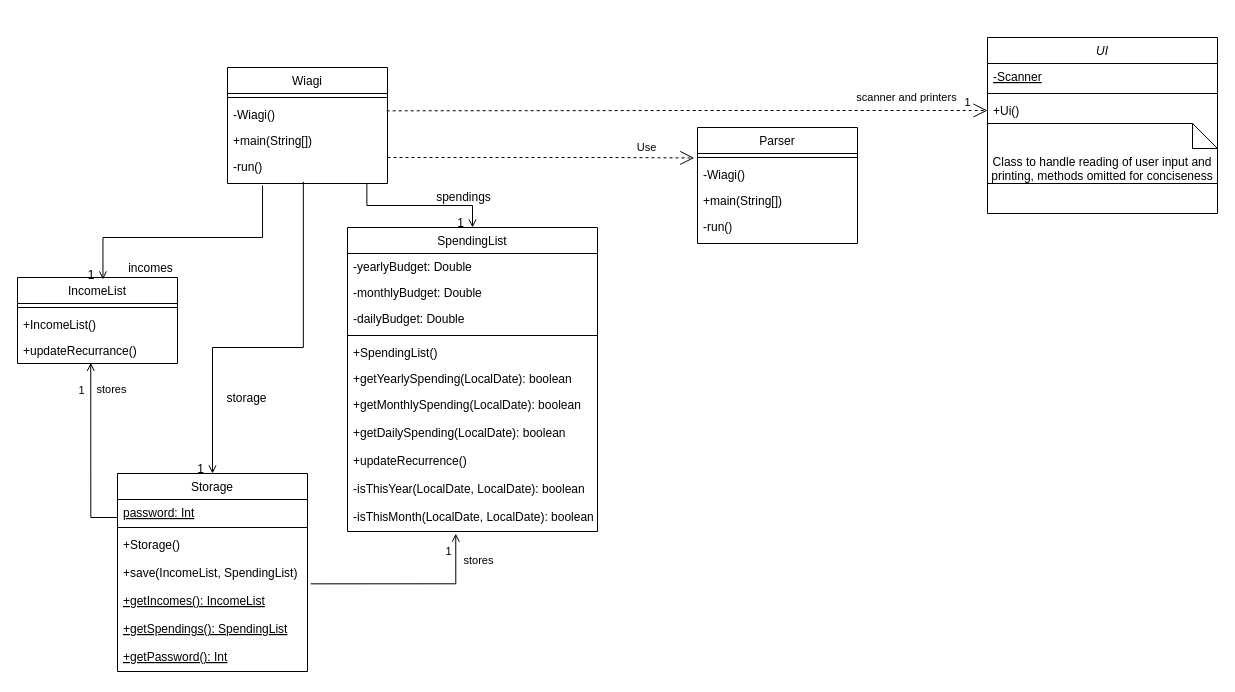
The draw.io diagram docs/Diagrams/overallClass.drawio in wongwh2002/CS2113TeamProject, before the edit. Source tidied: cells renumbered, new cells numbered last; positions are measured from the earlier drawing's top-left corner, leaving out a move shared by most shapes. Both pictures are drawn from the tidied source at 100%, with x=0, y=0 at pixel (17, 37).
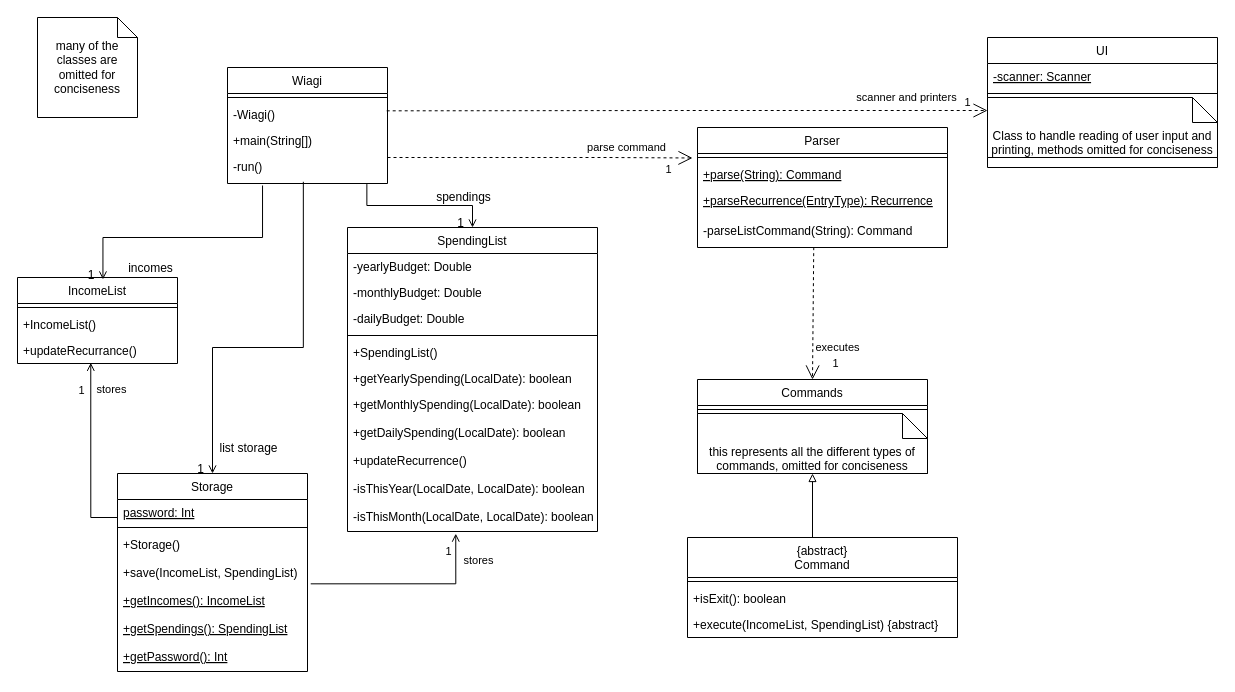
After the change.

The change refers to these unchanged cells:
```xml
<mxCell id="4" value="-Wiagi()" style="text;align=left;verticalAlign=top;spacingLeft=4;spacingRight=4;overflow=hidden;points=[[0,0.5],[1,0.5]];portConstraint=eastwest;" parent="2" vertex="1">
  <mxGeometry y="34" width="160" height="26" as="geometry" />
</mxCell>
<mxCell id="39" style="endArrow=open;shadow=0;strokeWidth=1;rounded=0;curved=0;endFill=1;edgeStyle=elbowEdgeStyle;elbow=vertical;exitX=0.474;exitY=0.943;exitDx=0;exitDy=0;exitPerimeter=0;entryX=0.5;entryY=0;entryDx=0;entryDy=0;" parent="1" edge="1" source="6" target="11">
  <mxGeometry x="0.5" y="41" relative="1" as="geometry">
    <Array as="points">
      <mxPoint x="280" y="310" />
    </Array>
    <mxPoint x="-40" y="32" as="offset" />
  </mxGeometry>
</mxCell>
```

Change to the diagram source:
```diff
@@
-    <mxCell id="42" value="storage" style="text;html=1;align=center;verticalAlign=middle;labelBackgroundColor=none;rounded=0;shadow=0;strokeWidth=1;fontSize=12;" parent="39" vertex="1">
+    <mxCell id="42" value="list storage" style="text;html=1;align=center;verticalAlign=middle;labelBackgroundColor=none;rounded=0;shadow=0;strokeWidth=1;fontSize=12;" parent="39" vertex="1">
       <mxGeometry x="0.5" y="49" relative="1" as="geometry">
-        <mxPoint x="-16" y="20" as="offset" />
+        <mxPoint x="-14" y="70" as="offset" />
       </mxGeometry>
     </mxCell>
@@
-    <mxCell id="51" value="UI" style="swimlane;fontStyle=2;align=center;verticalAlign=top;horizontal=1;startSize=26;rounded=0;shadow=0;strokeWidth=1;" parent="1" vertex="1">
-      <mxGeometry x="970" width="230" height="176" as="geometry" />
+    <mxCell id="51" value="UI" style="swimlane;fontStyle=0;align=center;verticalAlign=top;horizontal=1;startSize=26;rounded=0;shadow=0;strokeWidth=1;" parent="1" vertex="1">
+      <mxGeometry x="970" width="230" height="130" as="geometry" />
     </mxCell>
-    <mxCell id="52" value="-Scanner" style="text;align=left;verticalAlign=top;spacingLeft=4;spacingRight=4;overflow=hidden;rounded=0;shadow=0;html=0;fontStyle=4;" parent="51" vertex="1">
+    <mxCell id="52" value="-scanner: Scanner" style="text;align=left;verticalAlign=top;spacingLeft=4;spacingRight=4;overflow=hidden;rounded=0;shadow=0;html=0;fontStyle=4;" parent="51" vertex="1">
       <mxGeometry y="26" width="230" height="26" as="geometry" />
     </mxCell>
@@
-    <mxCell id="54" value="+Ui()" style="text;align=left;verticalAlign=top;spacingLeft=4;spacingRight=4;overflow=hidden;points=[[0,0.5],[1,0.5]];portConstraint=eastwest;rounded=0;shadow=0;html=0;fontStyle=0;" parent="51" vertex="1">
-      <mxGeometry y="60" width="230" height="26" as="geometry" />
-    </mxCell>
     <mxCell id="55" value="Class to handle reading of user input and printing, methods omitted for conciseness" style="shape=note2;boundedLbl=1;whiteSpace=wrap;html=1;size=25;verticalAlign=top;align=center;" parent="51" vertex="1">
-      <mxGeometry y="86" width="230" height="60" as="geometry" />
+      <mxGeometry y="60" width="230" height="60" as="geometry" />
     </mxCell>
-    <mxCell id="56" value="scanner and printers" style="endArrow=open;endSize=12;dashed=1;html=1;rounded=0;exitX=0.995;exitY=0.359;exitDx=0;exitDy=0;exitPerimeter=0;entryX=0;entryY=0.5;entryDx=0;entryDy=0;" parent="1" edge="1" source="4" target="54">
+    <mxCell id="56" value="scanner and printers" style="endArrow=open;endSize=12;dashed=1;html=1;rounded=0;exitX=0.995;exitY=0.359;exitDx=0;exitDy=0;exitPerimeter=0;entryX=0;entryY=0.5;entryDx=0;entryDy=0;" parent="1" edge="1" source="4">
       <mxGeometry x="0.73" y="13" relative="1" as="geometry">
+        <mxPoint x="970" y="73" as="targetPoint" />
         <Array as="points">
           <mxPoint x="690" y="73" />
         </Array>
       </mxGeometry>
     </mxCell>
@@
     <mxCell id="58" value="Parser" style="swimlane;fontStyle=0;align=center;verticalAlign=top;horizontal=1;startSize=26;rounded=0;shadow=0;strokeWidth=1;" parent="1" vertex="1">
-      <mxGeometry x="680" y="90" width="160" height="116" as="geometry" />
+      <mxGeometry x="680" y="90" width="250" height="120" as="geometry" />
     </mxCell>
     <mxCell id="59" style="line;html=1;strokeWidth=1;align=left;verticalAlign=middle;spacingTop=-1;spacingLeft=3;spacingRight=3;labelPosition=right;" parent="58" vertex="1">
-      <mxGeometry y="26" width="160" height="8" as="geometry" />
+      <mxGeometry y="26" width="250" height="8" as="geometry" />
     </mxCell>
-    <mxCell id="60" value="-Wiagi()" style="text;align=left;verticalAlign=top;spacingLeft=4;spacingRight=4;overflow=hidden;points=[[0,0.5],[1,0.5]];portConstraint=eastwest;" parent="58" vertex="1">
-      <mxGeometry y="34" width="160" height="26" as="geometry" />
+    <mxCell id="60" value="+parse(String): Command" style="text;align=left;verticalAlign=top;spacingLeft=4;spacingRight=4;overflow=hidden;points=[[0,0.5],[1,0.5]];portConstraint=eastwest;fontStyle=4;" parent="58" vertex="1">
+      <mxGeometry y="34" width="250" height="26" as="geometry" />
     </mxCell>
-    <mxCell id="61" value="+main(String[])" style="text;align=left;verticalAlign=top;spacingLeft=4;spacingRight=4;overflow=hidden;" parent="58" vertex="1">
-      <mxGeometry y="60" width="160" height="26" as="geometry" />
-    </mxCell>
+    <mxCell id="64" value="+parseRecurrence(EntryType): Recurrence" style="text;align=left;verticalAlign=top;spacingLeft=4;spacingRight=4;overflow=hidden;fontStyle=4;" parent="58" vertex="1">
+      <mxGeometry y="60" width="250" height="30" as="geometry" />
+    </mxCell>
-    <mxCell id="62" value="-run()" style="text;align=left;verticalAlign=top;spacingLeft=4;spacingRight=4;overflow=hidden;points=[[0,0.5],[1,0.5]];portConstraint=eastwest;" parent="58" vertex="1">
-      <mxGeometry y="86" width="160" height="30" as="geometry" />
+    <mxCell id="62" value="-parseListCommand(String): Command" style="text;align=left;verticalAlign=top;spacingLeft=4;spacingRight=4;overflow=hidden;points=[[0,0.5],[1,0.5]];portConstraint=eastwest;" parent="58" vertex="1">
+      <mxGeometry y="90" width="250" height="30" as="geometry" />
     </mxCell>
-    <mxCell id="63" value="Use" style="endArrow=open;endSize=12;dashed=1;html=1;rounded=0;entryX=-0.02;entryY=-0.135;entryDx=0;entryDy=0;entryPerimeter=0;" parent="1" edge="1" target="60">
-      <mxGeometry x="0.69" y="10" relative="1" as="geometry">
+    <mxCell id="63" value="parse command" style="endArrow=open;endSize=12;dashed=1;html=1;rounded=0;entryX=-0.02;entryY=-0.135;entryDx=0;entryDy=0;entryPerimeter=0;" parent="1" edge="1" target="60">
+      <mxGeometry x="0.57" y="10" relative="1" as="geometry">
         <mxPoint x="370" y="120" as="sourcePoint" />
         <Array as="points">
           <mxPoint x="590" y="120" />
         </Array>
       </mxGeometry>
     </mxCell>
+    <mxCell id="65" value="1" style="edgeLabel;html=1;align=center;verticalAlign=middle;" parent="63" vertex="1">
+      <mxGeometry x="0.89" y="2" relative="1" as="geometry">
+        <mxPoint x="-8" y="13" as="offset" />
+      </mxGeometry>
+    </mxCell>
+    <mxCell id="66" style="edgeStyle=orthogonalEdgeStyle;rounded=0;jettySize=auto;html=1;exitX=0.5;exitY=0;exitDx=0;exitDy=0;entryX=0.5;entryY=1;entryDx=0;entryDy=0;endArrow=block;endFill=0;" parent="1" edge="1" source="67" target="71">
+      <mxGeometry relative="1" as="geometry">
+        <Array as="points">
+          <mxPoint x="795" y="500" />
+        </Array>
+      </mxGeometry>
+    </mxCell>
+    <mxCell id="67" value="&lt;span style=&quot;font-weight: 400;&quot;&gt;{abstract}&lt;br&gt;Command&lt;/span&gt;" style="swimlane;fontStyle=1;align=center;verticalAlign=top;horizontal=1;startSize=40;whiteSpace=wrap;html=1;" parent="1" vertex="1">
+      <mxGeometry x="670" y="500" width="270" height="100" as="geometry" />
+    </mxCell>
+    <mxCell id="68" style="line;strokeWidth=1;fillColor=none;align=left;verticalAlign=middle;spacingTop=-1;spacingLeft=3;spacingRight=3;labelPosition=right;strokeColor=inherit;" parent="67" vertex="1">
+      <mxGeometry y="40" width="270" height="8" as="geometry" />
+    </mxCell>
+    <mxCell id="69" value="+isExit(): boolean" style="text;strokeColor=none;fillColor=none;align=left;verticalAlign=top;spacingLeft=4;spacingRight=4;overflow=hidden;whiteSpace=wrap;html=1;" parent="67" vertex="1">
+      <mxGeometry y="48" width="270" height="26" as="geometry" />
+    </mxCell>
+    <mxCell id="70" value="+execute(IncomeList, SpendingList) {abstract}" style="text;strokeColor=none;fillColor=none;align=left;verticalAlign=top;spacingLeft=4;spacingRight=4;overflow=hidden;whiteSpace=wrap;html=1;" parent="67" vertex="1">
+      <mxGeometry y="74" width="270" height="26" as="geometry" />
+    </mxCell>
+    <mxCell id="71" value="&lt;span style=&quot;font-weight: normal;&quot;&gt;Commands&lt;/span&gt;" style="swimlane;fontStyle=1;align=center;verticalAlign=top;horizontal=1;startSize=26;whiteSpace=wrap;html=1;" parent="1" vertex="1">
+      <mxGeometry x="680" y="342" width="230" height="94" as="geometry" />
+    </mxCell>
+    <mxCell id="72" style="line;strokeWidth=1;fillColor=none;align=left;verticalAlign=middle;spacingTop=-1;spacingLeft=3;spacingRight=3;labelPosition=right;strokeColor=inherit;" parent="71" vertex="1">
+      <mxGeometry y="26" width="230" height="8" as="geometry" />
+    </mxCell>
+    <mxCell id="73" value="this represents all the different types of commands, omitted for conciseness" style="shape=note2;boundedLbl=1;whiteSpace=wrap;html=1;size=25;verticalAlign=top;align=center;" parent="71" vertex="1">
+      <mxGeometry y="34" width="230" height="60" as="geometry" />
+    </mxCell>
+    <mxCell id="74" value="executes" style="endArrow=open;endSize=12;dashed=1;html=1;rounded=0;exitX=0.465;exitY=0.989;exitDx=0;exitDy=0;exitPerimeter=0;entryX=0.5;entryY=0;entryDx=0;entryDy=0;" parent="1" edge="1" source="62" target="71">
+      <mxGeometry x="0.51" y="25" relative="1" as="geometry" />
+    </mxCell>
+    <mxCell id="75" value="1" style="edgeLabel;html=1;align=center;verticalAlign=middle;" parent="74" vertex="1">
+      <mxGeometry x="0.73" y="2" relative="1" as="geometry">
+        <mxPoint x="20" y="2" as="offset" />
+      </mxGeometry>
+    </mxCell>
+    <mxCell id="76" value="many of the classes are omitted for conciseness" style="shape=note;size=20;whiteSpace=wrap;html=1;" parent="1" vertex="1">
+      <mxGeometry x="20" y="-20" width="100" height="100" as="geometry" />
+    </mxCell>
```
